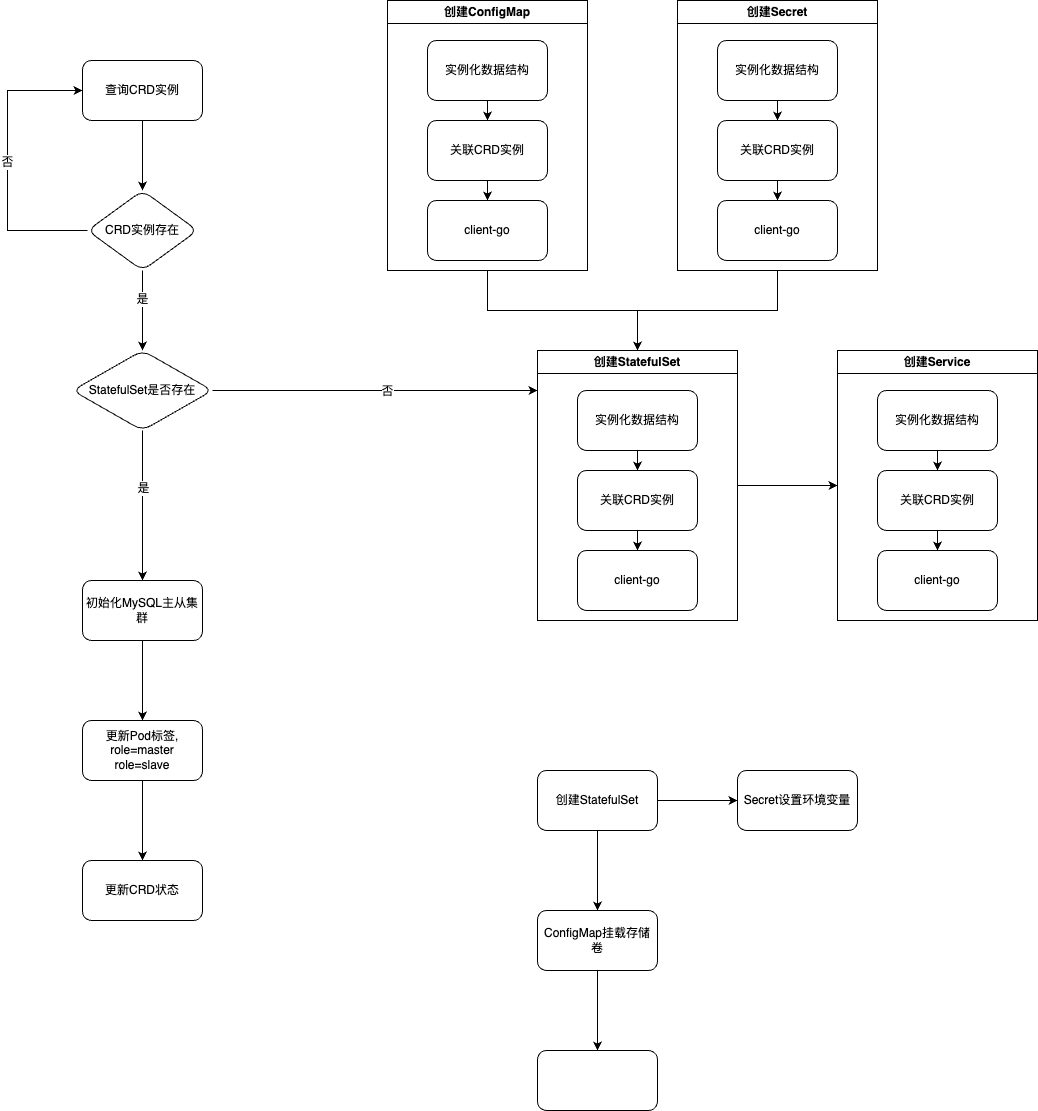
Above: diagrams/MysqlOperator流程图.png in kbsonlong/notes_statics (draw.io), before the change. Source tidied: cells renumbered, new cells last; positions are measured from the earlier drawing's top-left corner, leaving out a move shared by most shapes.
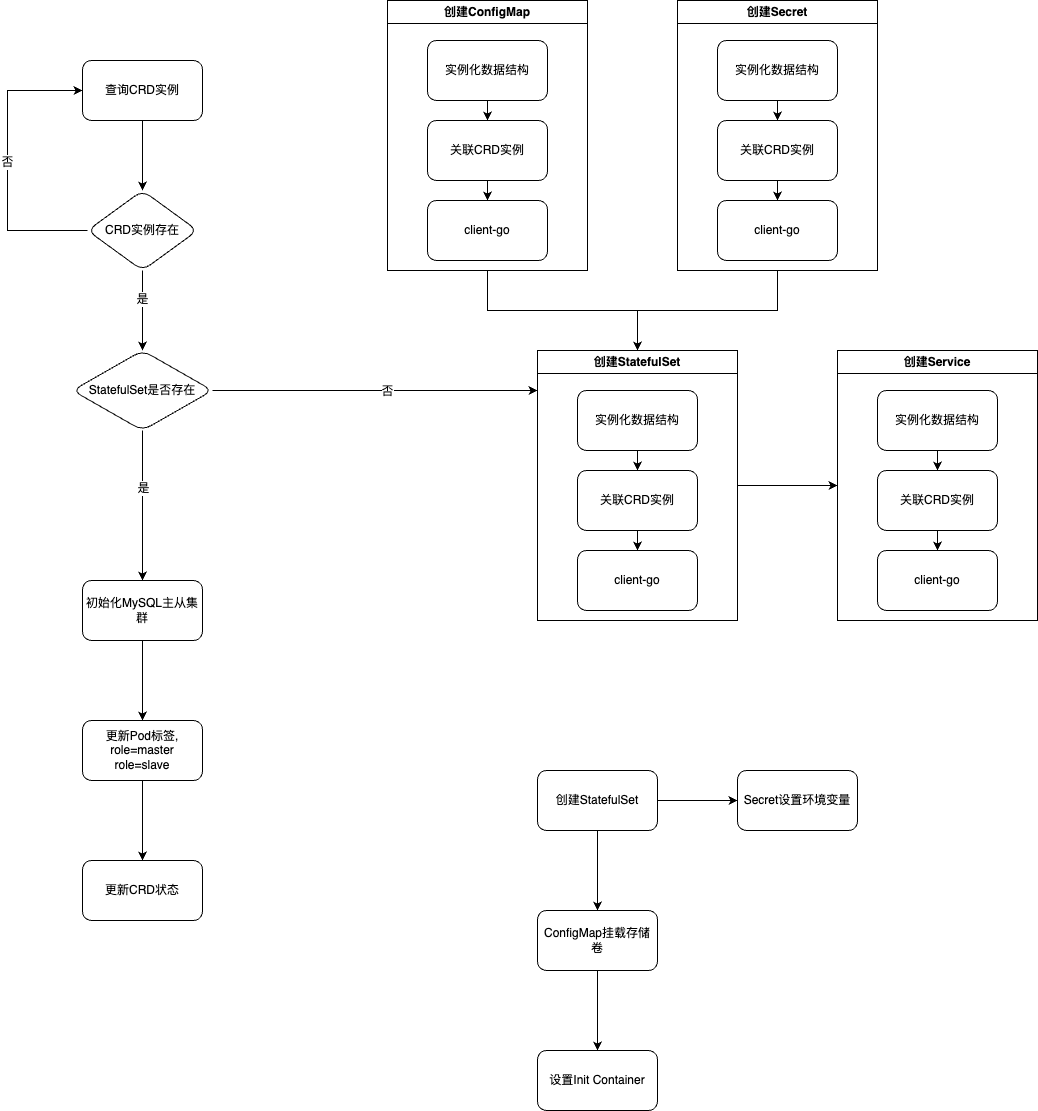
Later version of the same file.

Commit message:
更新MysqlOperator流程图.png

What changed in the source:
```diff
@@ -168,7 +168,7 @@
     <mxCell id="54" value="Secret设置环境变量" style="whiteSpace=wrap;html=1;rounded=1;" parent="1" vertex="1">
       <mxGeometry x="730" y="770" width="120" height="60" as="geometry" />
     </mxCell>
-    <mxCell id="55" style="whiteSpace=wrap;html=1;rounded=1;" parent="1" vertex="1">
+    <mxCell id="55" value="设置Init Container" style="whiteSpace=wrap;html=1;rounded=1;" parent="1" vertex="1">
       <mxGeometry x="530" y="1050" width="120" height="60" as="geometry" />
     </mxCell>
   </root>
```
